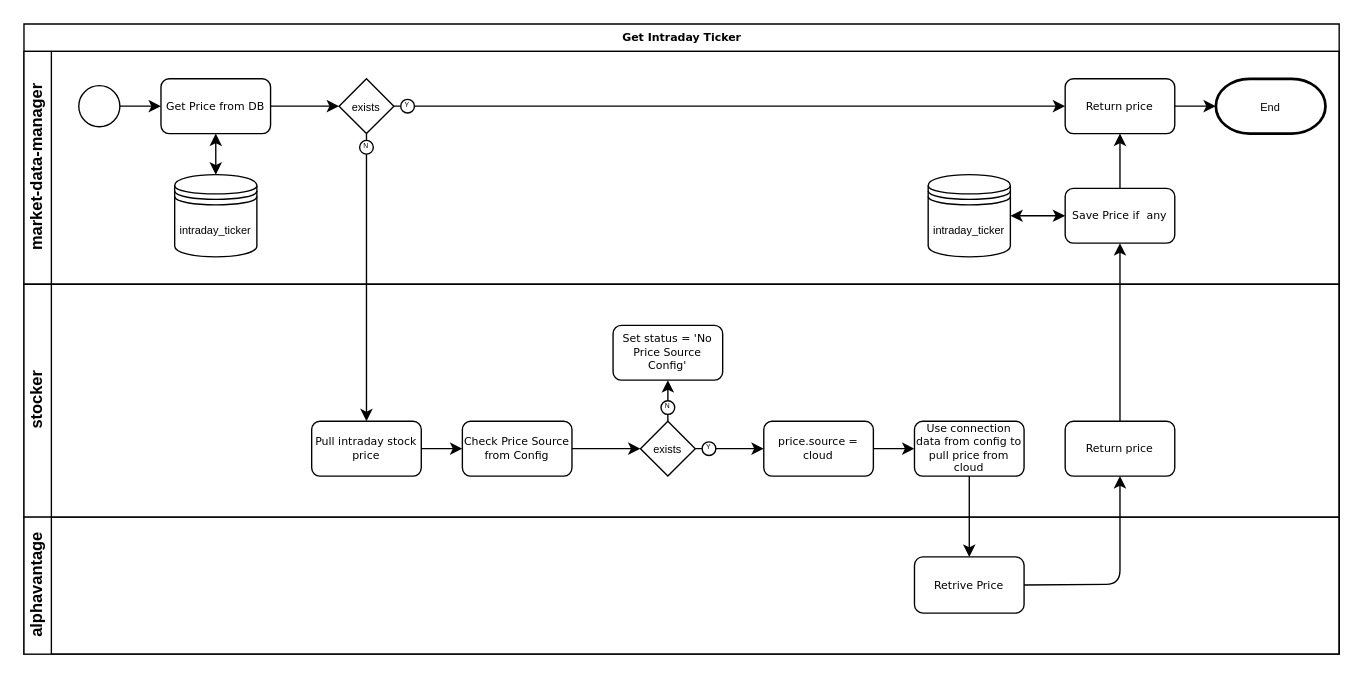
Earlier version of the draw.io diagram market-data/Untitled Diagram.drawio (RicardoVCDev/flowcharts). Source tidied: cells renumbered, new cells numbered last; positions are measured from the earlier drawing's top-left corner, leaving out a move shared by most shapes. Both pictures are drawn from the tidied source at 137%, with x=0, y=0 at pixel (23, 23).
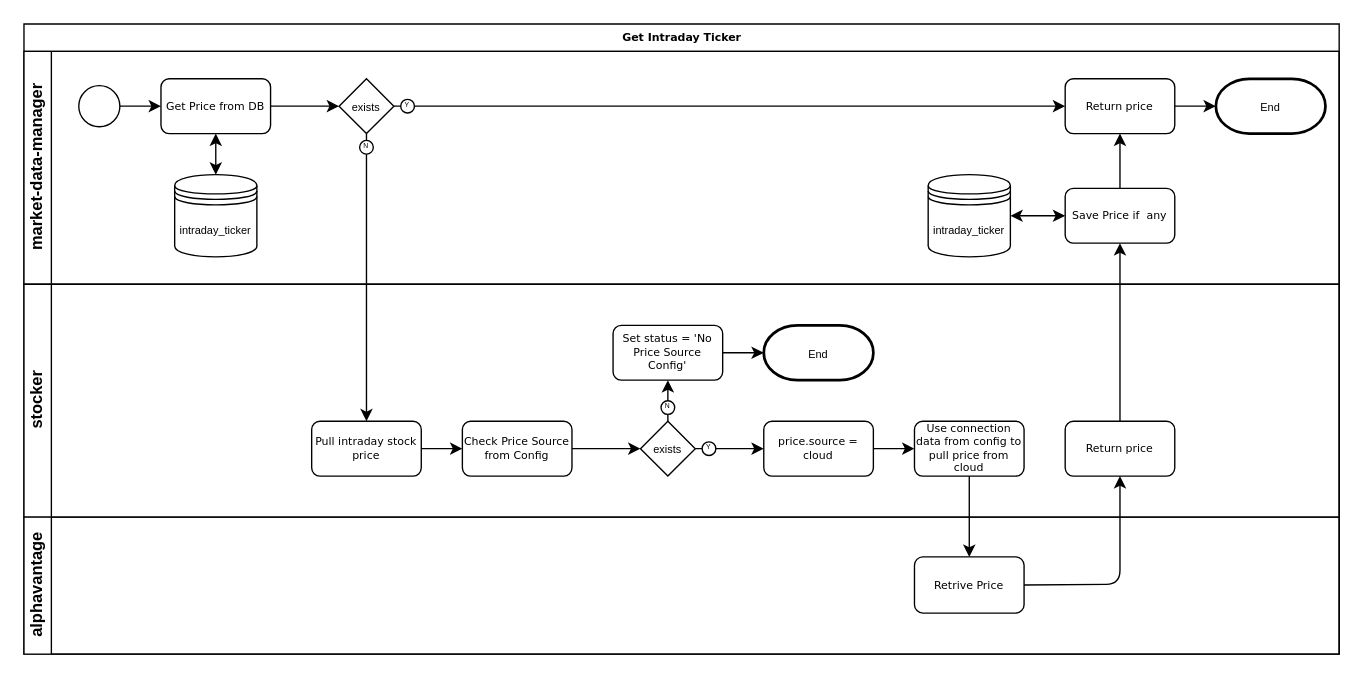
The same page after the edit.

Commit message:
End the flow if no price config

The change refers to these unchanged cells:
```xml
<mxCell id="22" value="stocker" style="swimlane;html=1;startSize=20;horizontal=0;" parent="2" vertex="1">
  <mxGeometry y="190" width="960" height="170" as="geometry" />
</mxCell>
<mxCell id="34" value="Set status = 'No Price Source Config'" style="rounded=1;whiteSpace=wrap;html=1;shadow=0;labelBackgroundColor=none;strokeWidth=1;fontFamily=Verdana;fontSize=8;align=center;" parent="22" vertex="1">
  <mxGeometry x="430" y="30" width="80" height="40" as="geometry" />
</mxCell>
```

Diff of the diagram source:
```diff
@@
+    <mxCell id="42" value="&lt;font style=&quot;font-size: 8px&quot;&gt;End&lt;/font&gt;" style="strokeWidth=2;html=1;shape=mxgraph.flowchart.terminator;whiteSpace=wrap;" parent="22" vertex="1">
+      <mxGeometry x="540" y="30" width="80" height="40" as="geometry" />
+    </mxCell>
+    <mxCell id="43" style="endArrow=classic;html=1;exitX=1;exitY=0.5;exitDx=0;exitDy=0;entryX=0;entryY=0.5;entryDx=0;entryDy=0;entryPerimeter=0;" parent="22" edge="1" source="34" target="42">
+      <mxGeometry relative="1" as="geometry" />
+    </mxCell>
```
